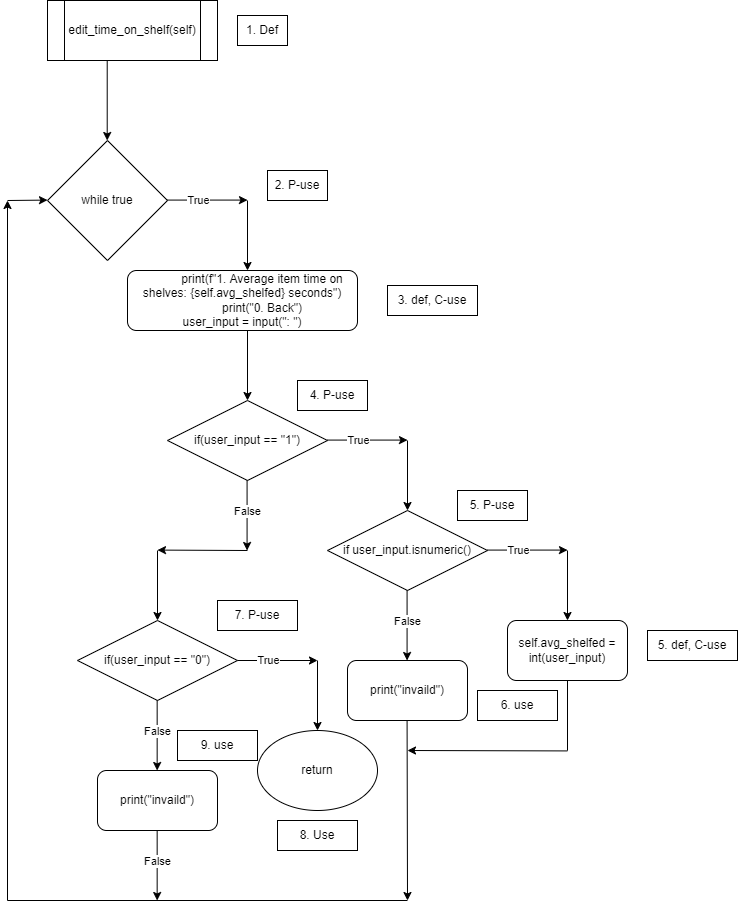
The draw.io diagram graphs/warehouse_edit_time_on_shelf.drawio.png in jesperls/Software-testing, before a commit. Source tidied: cells renumbered, new cells last; positions are measured from the earlier drawing's top-left corner, leaving out a move shared by most shapes. Source of this version:
```xml
<mxGraphModel>
  <root>
    <mxCell id="0" />
    <mxCell id="1" parent="0" />
    <mxCell id="2" value="edit_time_on_shelf(self)" style="shape=process;whiteSpace=wrap;html=1;backgroundOutline=1;" parent="1" vertex="1">
      <mxGeometry x="40" width="170" height="60" as="geometry" />
    </mxCell>
    <mxCell id="3" style="endArrow=classic;html=1;rounded=0;" parent="1" edge="1">
      <mxGeometry relative="1" as="geometry">
        <mxPoint x="99.7" y="60" as="sourcePoint" />
        <mxPoint x="99.7" y="140" as="targetPoint" />
      </mxGeometry>
    </mxCell>
    <mxCell id="4" value="while true" style="rhombus;whiteSpace=wrap;html=1;" parent="1" vertex="1">
      <mxGeometry x="40" y="140" width="120" height="120" as="geometry" />
    </mxCell>
    <mxCell id="5" style="endArrow=classic;html=1;rounded=0;" parent="1" edge="1">
      <mxGeometry relative="1" as="geometry">
        <mxPoint x="160" y="199.6" as="sourcePoint" />
        <mxPoint x="240" y="199.6" as="targetPoint" />
      </mxGeometry>
    </mxCell>
    <mxCell id="6" value="True" style="edgeLabel;html=1;align=center;verticalAlign=middle;" parent="5" vertex="1">
      <mxGeometry x="-0.41" y="-3" relative="1" as="geometry">
        <mxPoint x="7" y="-3" as="offset" />
      </mxGeometry>
    </mxCell>
    <mxCell id="7" style="endArrow=classic;html=1;rounded=0;" parent="1" edge="1">
      <mxGeometry relative="1" as="geometry">
        <mxPoint x="240" y="200" as="sourcePoint" />
        <mxPoint x="240" y="270" as="targetPoint" />
      </mxGeometry>
    </mxCell>
    <mxCell id="8" value="&lt;div&gt;&amp;nbsp; &amp;nbsp; &amp;nbsp; &amp;nbsp; &amp;nbsp; &amp;nbsp; print(f&quot;1. Average item time on shelves: {self.avg_shelfed} seconds&quot;)&lt;/div&gt;&lt;div&gt;&amp;nbsp; &amp;nbsp; &amp;nbsp; &amp;nbsp; &amp;nbsp; &amp;nbsp; print(&quot;0. Back&quot;)&lt;/div&gt;&lt;div&gt;user_input = input(&quot;: &quot;)&lt;/div&gt;" style="rounded=1;whiteSpace=wrap;html=1;" parent="1" vertex="1">
      <mxGeometry x="120" y="270" width="230" height="60" as="geometry" />
    </mxCell>
    <mxCell id="9" style="endArrow=classic;html=1;rounded=0;" parent="1" edge="1">
      <mxGeometry relative="1" as="geometry">
        <mxPoint x="240" y="330" as="sourcePoint" />
        <mxPoint x="240" y="400" as="targetPoint" />
      </mxGeometry>
    </mxCell>
    <mxCell id="10" value="if(user_input == &quot;1&quot;)" style="rhombus;whiteSpace=wrap;html=1;" parent="1" vertex="1">
      <mxGeometry x="160" y="400" width="160" height="80" as="geometry" />
    </mxCell>
    <mxCell id="11" style="endArrow=classic;html=1;rounded=0;" parent="1" edge="1">
      <mxGeometry relative="1" as="geometry">
        <mxPoint x="320" y="439.6" as="sourcePoint" />
        <mxPoint x="400" y="439.6" as="targetPoint" />
      </mxGeometry>
    </mxCell>
    <mxCell id="12" value="True" style="edgeLabel;html=1;align=center;verticalAlign=middle;" parent="11" vertex="1">
      <mxGeometry x="-0.41" y="-3" relative="1" as="geometry">
        <mxPoint x="7" y="-3" as="offset" />
      </mxGeometry>
    </mxCell>
    <mxCell id="13" style="endArrow=classic;html=1;rounded=0;" parent="1" edge="1">
      <mxGeometry relative="1" as="geometry">
        <mxPoint x="400" y="440" as="sourcePoint" />
        <mxPoint x="400" y="510" as="targetPoint" />
      </mxGeometry>
    </mxCell>
    <mxCell id="14" value="if user_input.isnumeric()" style="rhombus;whiteSpace=wrap;html=1;" parent="1" vertex="1">
      <mxGeometry x="320" y="510" width="160" height="80" as="geometry" />
    </mxCell>
    <mxCell id="15" style="endArrow=classic;html=1;rounded=0;" parent="1" edge="1">
      <mxGeometry relative="1" as="geometry">
        <mxPoint x="480" y="549.6" as="sourcePoint" />
        <mxPoint x="560" y="549.6" as="targetPoint" />
      </mxGeometry>
    </mxCell>
    <mxCell id="16" value="True" style="edgeLabel;html=1;align=center;verticalAlign=middle;" parent="15" vertex="1">
      <mxGeometry x="-0.41" y="-3" relative="1" as="geometry">
        <mxPoint x="7" y="-3" as="offset" />
      </mxGeometry>
    </mxCell>
    <mxCell id="17" style="endArrow=classic;html=1;rounded=0;" parent="1" edge="1">
      <mxGeometry relative="1" as="geometry">
        <mxPoint x="560" y="550" as="sourcePoint" />
        <mxPoint x="560" y="620" as="targetPoint" />
      </mxGeometry>
    </mxCell>
    <mxCell id="18" style="endArrow=classic;html=1;rounded=0;" parent="1" edge="1">
      <mxGeometry relative="1" as="geometry">
        <mxPoint x="239.6" y="480" as="sourcePoint" />
        <mxPoint x="239.6" y="550" as="targetPoint" />
      </mxGeometry>
    </mxCell>
    <mxCell id="19" value="False" style="edgeLabel;html=1;align=center;verticalAlign=middle;" parent="18" vertex="1">
      <mxGeometry x="-0.32" y="2" relative="1" as="geometry">
        <mxPoint x="-2" y="6" as="offset" />
      </mxGeometry>
    </mxCell>
    <mxCell id="20" style="endArrow=classic;html=1;rounded=0;" parent="1" edge="1">
      <mxGeometry relative="1" as="geometry">
        <mxPoint x="399.6" y="590" as="sourcePoint" />
        <mxPoint x="399.6" y="660" as="targetPoint" />
      </mxGeometry>
    </mxCell>
    <mxCell id="21" value="False" style="edgeLabel;html=1;align=center;verticalAlign=middle;" parent="20" vertex="1">
      <mxGeometry x="-0.32" y="2" relative="1" as="geometry">
        <mxPoint x="-2" y="6" as="offset" />
      </mxGeometry>
    </mxCell>
    <mxCell id="22" value="self.avg_shelfed = int(user_input)" style="rounded=1;whiteSpace=wrap;html=1;" parent="1" vertex="1">
      <mxGeometry x="500" y="620" width="120" height="60" as="geometry" />
    </mxCell>
    <mxCell id="23" value="print(&quot;invaild&quot;)" style="rounded=1;whiteSpace=wrap;html=1;" parent="1" vertex="1">
      <mxGeometry x="340" y="660" width="120" height="60" as="geometry" />
    </mxCell>
    <mxCell id="24" value="if(user_input == &quot;0&quot;)" style="rhombus;whiteSpace=wrap;html=1;" parent="1" vertex="1">
      <mxGeometry x="70" y="620" width="160" height="80" as="geometry" />
    </mxCell>
    <mxCell id="25" style="endArrow=classic;html=1;rounded=0;" parent="1" edge="1">
      <mxGeometry relative="1" as="geometry">
        <mxPoint x="240" y="550" as="sourcePoint" />
        <mxPoint x="150" y="549.6" as="targetPoint" />
      </mxGeometry>
    </mxCell>
    <mxCell id="26" style="endArrow=classic;html=1;rounded=0;" parent="1" edge="1">
      <mxGeometry relative="1" as="geometry">
        <mxPoint x="150" y="550" as="sourcePoint" />
        <mxPoint x="150" y="620" as="targetPoint" />
      </mxGeometry>
    </mxCell>
    <mxCell id="27" style="endArrow=classic;html=1;rounded=0;" parent="1" edge="1">
      <mxGeometry relative="1" as="geometry">
        <mxPoint x="399.6" y="720" as="sourcePoint" />
        <mxPoint x="400" y="900" as="targetPoint" />
      </mxGeometry>
    </mxCell>
    <mxCell id="28" style="endArrow=classic;html=1;rounded=0;" parent="1" edge="1">
      <mxGeometry relative="1" as="geometry">
        <mxPoint x="560" y="750.4" as="sourcePoint" />
        <mxPoint x="400" y="750" as="targetPoint" />
      </mxGeometry>
    </mxCell>
    <mxCell id="29" style="endArrow=none;html=1;rounded=0;entryX=0.5;entryY=1;entryDx=0;entryDy=0;" parent="1" edge="1" target="22">
      <mxGeometry relative="1" as="geometry">
        <mxPoint x="560" y="750" as="sourcePoint" />
      </mxGeometry>
    </mxCell>
    <mxCell id="30" style="endArrow=classic;html=1;rounded=0;" parent="1" edge="1">
      <mxGeometry relative="1" as="geometry">
        <mxPoint x="230" y="660" as="sourcePoint" />
        <mxPoint x="310" y="660" as="targetPoint" />
      </mxGeometry>
    </mxCell>
    <mxCell id="31" value="True" style="edgeLabel;html=1;align=center;verticalAlign=middle;" parent="30" vertex="1">
      <mxGeometry x="-0.41" y="-3" relative="1" as="geometry">
        <mxPoint x="7" y="-3" as="offset" />
      </mxGeometry>
    </mxCell>
    <mxCell id="32" style="endArrow=classic;html=1;rounded=0;" parent="1" edge="1">
      <mxGeometry relative="1" as="geometry">
        <mxPoint x="310" y="660" as="sourcePoint" />
        <mxPoint x="310" y="730" as="targetPoint" />
      </mxGeometry>
    </mxCell>
    <mxCell id="33" value="return" style="ellipse;whiteSpace=wrap;html=1;" parent="1" vertex="1">
      <mxGeometry x="250" y="730" width="120" height="80" as="geometry" />
    </mxCell>
    <mxCell id="34" style="endArrow=none;html=1;rounded=0;" parent="1" edge="1">
      <mxGeometry relative="1" as="geometry">
        <mxPoint y="900" as="sourcePoint" />
        <mxPoint x="400" y="900" as="targetPoint" />
      </mxGeometry>
    </mxCell>
    <mxCell id="35" style="endArrow=classic;html=1;rounded=0;" parent="1" edge="1">
      <mxGeometry relative="1" as="geometry">
        <mxPoint y="900" as="sourcePoint" />
        <mxPoint y="200" as="targetPoint" />
      </mxGeometry>
    </mxCell>
    <mxCell id="36" style="endArrow=classic;html=1;rounded=0;" parent="1" edge="1">
      <mxGeometry relative="1" as="geometry">
        <mxPoint y="200" as="sourcePoint" />
        <mxPoint x="40" y="199.6" as="targetPoint" />
      </mxGeometry>
    </mxCell>
    <mxCell id="37" style="endArrow=classic;html=1;rounded=0;" parent="1" edge="1">
      <mxGeometry relative="1" as="geometry">
        <mxPoint x="149.7" y="700" as="sourcePoint" />
        <mxPoint x="149.7" y="770" as="targetPoint" />
      </mxGeometry>
    </mxCell>
    <mxCell id="38" value="False" style="edgeLabel;html=1;align=center;verticalAlign=middle;" parent="37" vertex="1">
      <mxGeometry x="-0.32" y="2" relative="1" as="geometry">
        <mxPoint x="-2" y="6" as="offset" />
      </mxGeometry>
    </mxCell>
    <mxCell id="39" value="print(&quot;invaild&quot;)" style="rounded=1;whiteSpace=wrap;html=1;" parent="1" vertex="1">
      <mxGeometry x="90" y="770" width="120" height="60" as="geometry" />
    </mxCell>
    <mxCell id="40" style="endArrow=classic;html=1;rounded=0;" parent="1" edge="1">
      <mxGeometry relative="1" as="geometry">
        <mxPoint x="149.7" y="830" as="sourcePoint" />
        <mxPoint x="149.7" y="900" as="targetPoint" />
      </mxGeometry>
    </mxCell>
    <mxCell id="41" value="False" style="edgeLabel;html=1;align=center;verticalAlign=middle;" parent="40" vertex="1">
      <mxGeometry x="-0.32" y="2" relative="1" as="geometry">
        <mxPoint x="-2" y="6" as="offset" />
      </mxGeometry>
    </mxCell>
    <mxCell id="42" value="3. def, C-use" style="rounded=0;whiteSpace=wrap;html=1;" parent="1" vertex="1">
      <mxGeometry x="380" y="285" width="90" height="30" as="geometry" />
    </mxCell>
    <mxCell id="43" value="1. Def" style="rounded=0;whiteSpace=wrap;html=1;" parent="1" vertex="1">
      <mxGeometry x="230" y="15" width="50" height="30" as="geometry" />
    </mxCell>
    <mxCell id="44" value="2. P-use" style="rounded=0;whiteSpace=wrap;html=1;" parent="1" vertex="1">
      <mxGeometry x="260" y="170" width="60" height="30" as="geometry" />
    </mxCell>
    <mxCell id="45" value="4. P-use" style="rounded=0;whiteSpace=wrap;html=1;" parent="1" vertex="1">
      <mxGeometry x="290" y="380" width="70" height="30" as="geometry" />
    </mxCell>
    <mxCell id="46" value="5. P-use" style="rounded=0;whiteSpace=wrap;html=1;" parent="1" vertex="1">
      <mxGeometry x="450" y="490" width="70" height="30" as="geometry" />
    </mxCell>
    <mxCell id="47" value="5. def, C-use" style="rounded=0;whiteSpace=wrap;html=1;" parent="1" vertex="1">
      <mxGeometry x="640" y="630" width="90" height="30" as="geometry" />
    </mxCell>
    <mxCell id="48" value="6. use" style="rounded=0;whiteSpace=wrap;html=1;" parent="1" vertex="1">
      <mxGeometry x="470" y="690" width="80" height="30" as="geometry" />
    </mxCell>
    <mxCell id="49" value="7. P-use" style="rounded=0;whiteSpace=wrap;html=1;" parent="1" vertex="1">
      <mxGeometry x="210" y="600" width="80" height="30" as="geometry" />
    </mxCell>
    <mxCell id="50" value="8. Use" style="rounded=0;whiteSpace=wrap;html=1;" parent="1" vertex="1">
      <mxGeometry x="270" y="820" width="80" height="30" as="geometry" />
    </mxCell>
    <mxCell id="51" value="9. use" style="rounded=0;whiteSpace=wrap;html=1;" parent="1" vertex="1">
      <mxGeometry x="170" y="730" width="80" height="30" as="geometry" />
    </mxCell>
  </root>
</mxGraphModel>
```
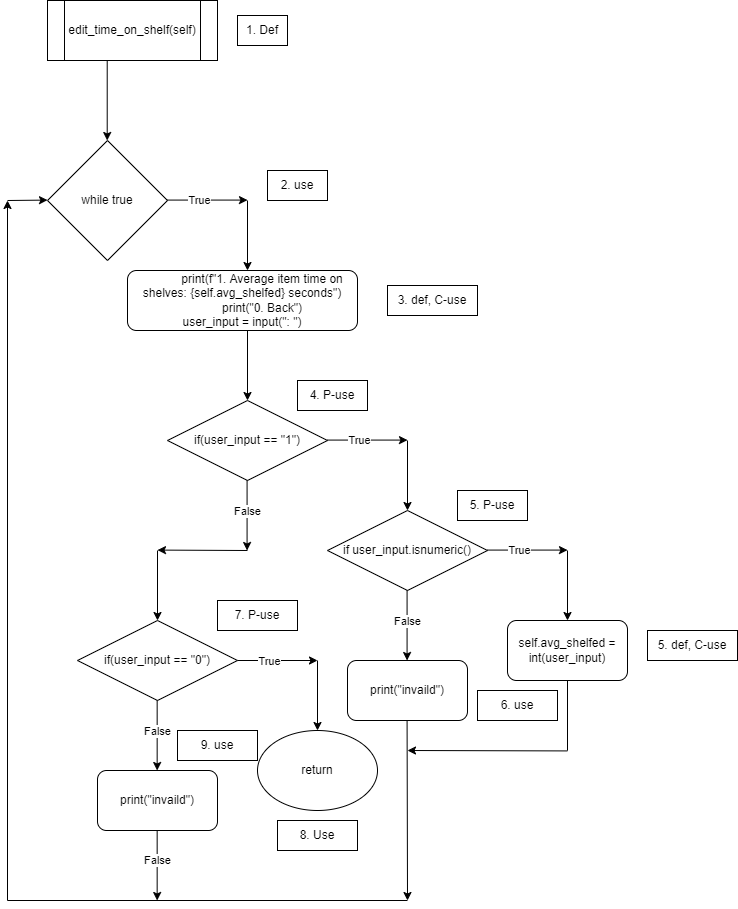
After the commit.

The edit, as a diff of the source:
```diff
@@ -209,7 +209,7 @@
     <mxCell id="43" value="1. Def" style="rounded=0;whiteSpace=wrap;html=1;" parent="1" vertex="1">
       <mxGeometry x="230" y="15" width="50" height="30" as="geometry" />
     </mxCell>
-    <mxCell id="44" value="2. P-use" style="rounded=0;whiteSpace=wrap;html=1;" parent="1" vertex="1">
+    <mxCell id="44" value="2. use" style="rounded=0;whiteSpace=wrap;html=1;" parent="1" vertex="1">
       <mxGeometry x="260" y="170" width="60" height="30" as="geometry" />
     </mxCell>
     <mxCell id="45" value="4. P-use" style="rounded=0;whiteSpace=wrap;html=1;" parent="1" vertex="1">
```
